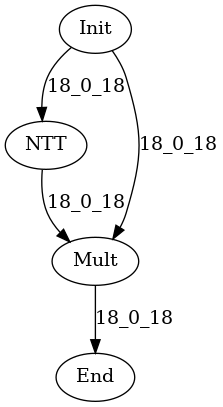
hal-lab-u-tokyo/PolyFHE keeps this Graphviz diagram as data/graph_poly.dot.png. Above is the earlier version. Its source is kept beside it as data/graph_poly.dot.
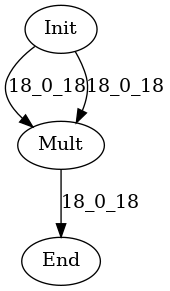
Above is the later version.

The edit, as a diff of the source:
```diff
@@ -1,10 +1,8 @@
 digraph G {
 Init[label="Init"];
 End[label="End"];
-NTT[label="NTT"];
 Mult[label="Mult"];
-Init -> NTT[label="18_0_18"];
-NTT -> Mult[label="18_0_18"];
+Init -> Mult[label="18_0_18"];
 Init -> Mult[label="18_0_18"];
 Mult -> End[label="18_0_18"];
 }
```
